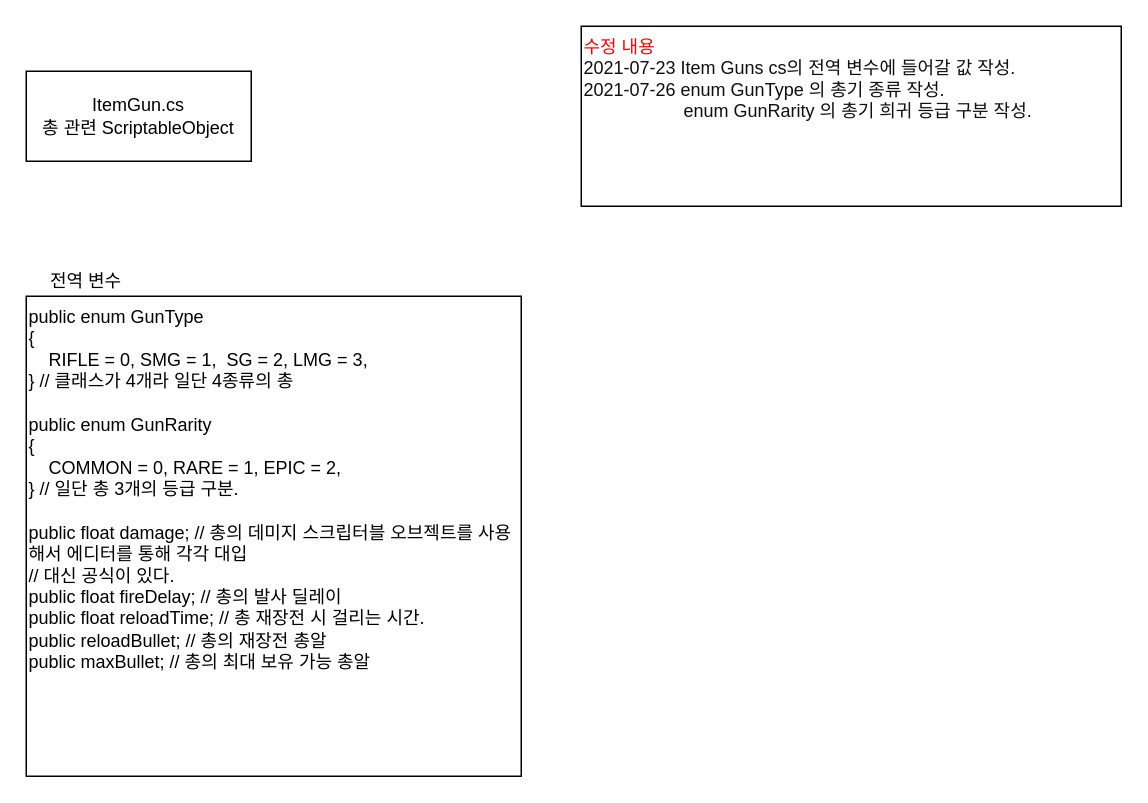
The draw.io diagram FlowChart/ItemGun.drawio in BckLily/YeilMainProjectBackUp, before the edit. Source tidied: cells renumbered, new cells numbered last; positions are measured from the earlier drawing's top-left corner, leaving out a move shared by most shapes. Both pictures are drawn from the tidied source at 150%, with x=0, y=0 at pixel (26, 26).
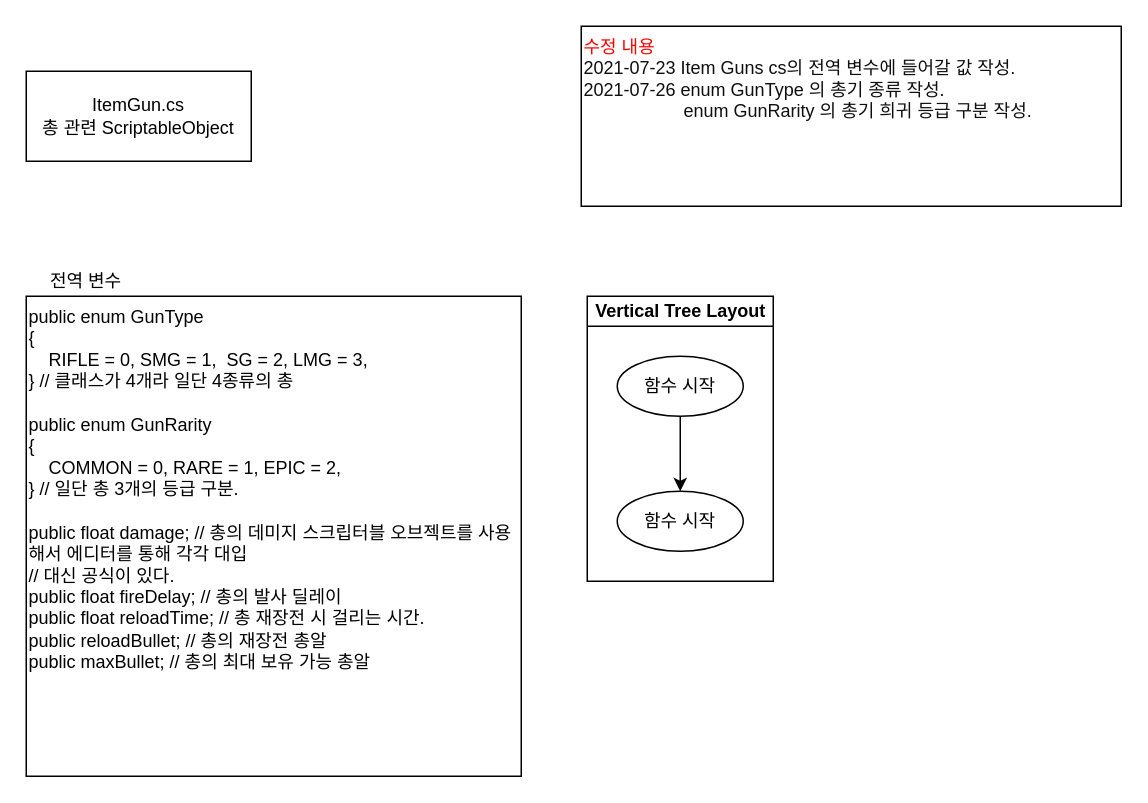
Above is the later version.

Diff of the diagram source:
```diff
@@
 <mxGraphModel>
   <root>
     <mxCell id="0" />
     <mxCell id="1" parent="0" />
     <mxCell id="2" value="ItemGun.cs&lt;br&gt;총 관련 ScriptableObject" style="rounded=0;whiteSpace=wrap;html=1;" parent="1" vertex="1">
       <mxGeometry y="30" width="150" height="60" as="geometry" />
     </mxCell>
     <mxCell id="3" value="public enum GunType&lt;br&gt;{&lt;br&gt;&amp;nbsp; &amp;nbsp; RIFLE = 0, SMG = 1,&amp;nbsp; SG = 2, LMG = 3,&lt;br&gt;} // 클래스가 4개라 일단 4종류의 총&lt;br&gt;&lt;br&gt;public enum GunRarity&lt;br&gt;{&lt;br&gt;&amp;nbsp; &amp;nbsp; COMMON = 0, RARE = 1, EPIC = 2,&lt;br&gt;} // 일단 총 3개의 등급 구분.&lt;br&gt;&lt;br&gt;public float damage; // 총의 데미지 스크립터블 오브젝트를 사용해서 에디터를 통해 각각 대입&lt;br&gt;// 대신 공식이 있다.&lt;br&gt;public float fireDelay; // 총의 발사 딜레이&lt;br&gt;public float reloadTime; // 총 재장전 시 걸리는 시간.&lt;br&gt;public reloadBullet; // 총의 재장전 총알&lt;br&gt;public maxBullet; // 총의 최대 보유 가능 총알" style="rounded=0;whiteSpace=wrap;html=1;align=left;verticalAlign=top;" parent="1" vertex="1">
       <mxGeometry y="180" width="330" height="320" as="geometry" />
     </mxCell>
     <mxCell id="4" value="전역 변수" style="text;html=1;strokeColor=none;fillColor=none;align=center;verticalAlign=middle;whiteSpace=wrap;rounded=0;" parent="1" vertex="1">
       <mxGeometry y="160" width="80" height="20" as="geometry" />
     </mxCell>
     <mxCell id="5" value="&lt;font color=&quot;#ff0000&quot;&gt;수정 내용&lt;/font&gt;&lt;br&gt;&lt;font color=&quot;#0f0f0f&quot;&gt;2021-07-23 Item Guns cs의 전역 변수에 들어갈 값 작성.&lt;br&gt;2021-07-26 enum GunType 의 총기 종류 작성.&lt;br&gt;&amp;nbsp; &amp;nbsp; &amp;nbsp; &amp;nbsp; &amp;nbsp; &amp;nbsp; &amp;nbsp; &amp;nbsp; &amp;nbsp; &amp;nbsp; enum GunRarity 의 총기 희귀 등급 구분 작성.&lt;br&gt;&lt;/font&gt;" style="rounded=0;whiteSpace=wrap;html=1;align=left;verticalAlign=top;" parent="1" vertex="1">
       <mxGeometry x="370" width="360" height="120" as="geometry" />
     </mxCell>
+    <mxCell id="6" value="Vertical Tree Layout" style="swimlane;html=1;startSize=20;horizontal=1;horizontalTree=0;containerType=tree;" parent="1" vertex="1">
+      <mxGeometry x="374" y="180" width="124" height="190" as="geometry" />
+    </mxCell>
+    <mxCell id="7" value="함수 시작" style="ellipse;whiteSpace=wrap;html=1;" parent="6" vertex="1">
+      <mxGeometry x="20" y="40" width="84" height="40" as="geometry" />
+    </mxCell>
+    <mxCell id="8" style="edgeStyle=orthogonalEdgeStyle;rounded=0;jettySize=auto;html=1;" parent="6" edge="1" source="7" target="9">
+      <mxGeometry relative="1" as="geometry" />
+    </mxCell>
+    <mxCell id="9" value="함수 시작" style="ellipse;whiteSpace=wrap;html=1;" parent="6" vertex="1">
+      <mxGeometry x="20" y="130" width="84" height="40" as="geometry" />
+    </mxCell>
   </root>
 </mxGraphModel>
```
